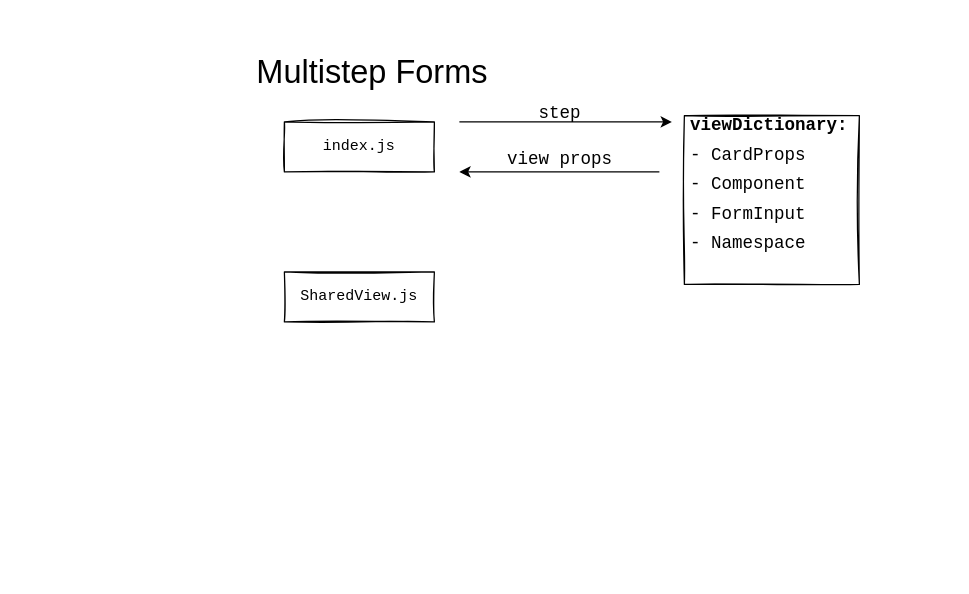
Above: Multistep Form.drawio in vanvemden/diagrams (draw.io), before the change. Source tidied: cells renumbered, new cells numbered last; positions are measured from the earlier drawing's top-left corner, leaving out a move shared by most shapes. Both pictures are drawn from the tidied source at 125%, with x=0, y=0 at pixel (246, 46).
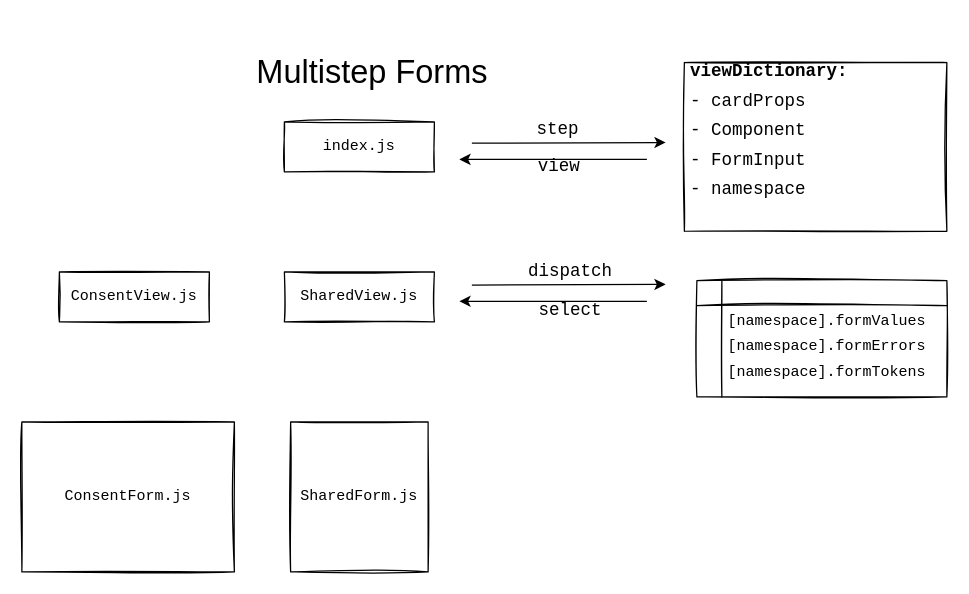
The same page after the edit.

Change to the diagram source:
```diff
@@
-    <mxCell id="5" value="&lt;pre style=&quot;line-height: 90%&quot;&gt;&lt;font style=&quot;font-size: 14px ; line-height: 70%&quot;&gt;&lt;b&gt;viewDictionary:&lt;br&gt;&lt;/b&gt;&lt;/font&gt;&lt;font style=&quot;font-size: 14px ; line-height: 70%&quot;&gt;- CardProps&lt;br&gt;&lt;/font&gt;&lt;font style=&quot;font-size: 14px ; line-height: 70%&quot;&gt;- Component&lt;br&gt;&lt;/font&gt;&lt;font style=&quot;font-size: 14px ; line-height: 70%&quot;&gt;- FormInput&lt;br&gt;&lt;/font&gt;&lt;font style=&quot;font-size: 14px ; line-height: 70%&quot;&gt;- Namespace&lt;/font&gt;&lt;/pre&gt;&lt;font style=&quot;font-size: 14px ; line-height: 70%&quot;&gt;&lt;br&gt;&lt;/font&gt;" style="html=1;sketch=1;fontSize=26;align=left;spacingLeft=3;" parent="1" vertex="1">
-      <mxGeometry x="350" y="55" width="140" height="135" as="geometry" />
+    <mxCell id="5" value="&lt;pre style=&quot;line-height: 90%&quot;&gt;&lt;font style=&quot;font-size: 14px ; line-height: 70%&quot;&gt;&lt;b&gt;viewDictionary:&lt;br&gt;&lt;/b&gt;&lt;/font&gt;&lt;font style=&quot;font-size: 14px ; line-height: 70%&quot;&gt;- cardProps&lt;br&gt;&lt;/font&gt;&lt;font style=&quot;font-size: 14px ; line-height: 70%&quot;&gt;- Component&lt;br&gt;&lt;/font&gt;&lt;font style=&quot;font-size: 14px ; line-height: 70%&quot;&gt;- FormInput&lt;br&gt;&lt;/font&gt;&lt;font style=&quot;font-size: 14px ; line-height: 70%&quot;&gt;- namespace&lt;/font&gt;&lt;/pre&gt;&lt;font style=&quot;font-size: 14px ; line-height: 70%&quot;&gt;&lt;br&gt;&lt;/font&gt;" style="html=1;sketch=1;fontSize=26;align=left;spacingLeft=3;" parent="1" vertex="1">
+      <mxGeometry x="350" y="12.5" width="210" height="135" as="geometry" />
     </mxCell>
     <mxCell id="6" style="endArrow=classic;html=1;fontSize=26;" parent="1" edge="1">
       <mxGeometry relative="1" as="geometry">
-        <mxPoint x="330" y="100" as="sourcePoint" />
-        <mxPoint x="170" y="100" as="targetPoint" />
+        <mxPoint x="320" y="90" as="sourcePoint" />
+        <mxPoint x="170" y="90" as="targetPoint" />
       </mxGeometry>
     </mxCell>
     <mxCell id="7" style="endArrow=classic;html=1;fontSize=26;" parent="1" edge="1">
       <mxGeometry relative="1" as="geometry">
-        <mxPoint x="170" y="60" as="sourcePoint" />
-        <mxPoint x="340" y="60" as="targetPoint" />
+        <mxPoint x="180" y="77" as="sourcePoint" />
+        <mxPoint x="335" y="76.5" as="targetPoint" />
       </mxGeometry>
     </mxCell>
+    <mxCell id="10" value="&lt;pre&gt;ConsentView.js&lt;/pre&gt;" style="whiteSpace=wrap;html=1;sketch=1;" parent="1" vertex="1">
+      <mxGeometry x="-150" y="180" width="120" height="40" as="geometry" />
+    </mxCell>
+    <mxCell id="11" value="&lt;pre&gt;ConsentForm.js&lt;/pre&gt;" style="whiteSpace=wrap;html=1;sketch=1;" parent="1" vertex="1">
+      <mxGeometry x="-180" y="300" width="170" height="120" as="geometry" />
+    </mxCell>
+    <mxCell id="12" value="&lt;pre&gt;SharedForm.js&lt;/pre&gt;" style="whiteSpace=wrap;html=1;sketch=1;" parent="1" vertex="1">
+      <mxGeometry x="35" y="300" width="110" height="120" as="geometry" />
+    </mxCell>
+    <mxCell id="13" style="endArrow=classic;html=1;fontSize=26;" parent="1" edge="1">
+      <mxGeometry relative="1" as="geometry">
+        <mxPoint x="320" y="203.5" as="sourcePoint" />
+        <mxPoint x="170" y="203.5" as="targetPoint" />
+      </mxGeometry>
+    </mxCell>
+    <mxCell id="14" style="endArrow=classic;html=1;fontSize=26;" parent="1" edge="1">
+      <mxGeometry relative="1" as="geometry">
+        <mxPoint x="180" y="190.5" as="sourcePoint" />
+        <mxPoint x="335" y="190" as="targetPoint" />
+      </mxGeometry>
+    </mxCell>
+    <mxCell id="15" value="&lt;pre style=&quot;color: rgb(0 , 0 , 0) ; font-size: 26px ; font-style: normal ; font-weight: normal ; letter-spacing: normal ; text-indent: 0px ; text-transform: none ; word-spacing: 0px ; text-decoration: none&quot;&gt;&lt;font style=&quot;font-size: 14px ; line-height: 100%&quot;&gt;view&lt;/font&gt;&lt;/pre&gt;" style="text;whiteSpace=wrap;html=1;verticalAlign=middle;align=center;" parent="1" vertex="1">
+      <mxGeometry x="180" y="83" width="140" height="20" as="geometry" />
+    </mxCell>
-    <mxCell id="8" value="&lt;pre&gt;&lt;font style=&quot;font-size: 14px&quot;&gt;step&lt;/font&gt;&lt;/pre&gt;" style="text;html=1;align=center;verticalAlign=middle;fontSize=26;" parent="1" vertex="1">
-      <mxGeometry x="225" y="5" width="50" height="90" as="geometry" />
+    <mxCell id="8" value="&lt;pre style=&quot;color: rgb(0, 0, 0); font-size: 26px; font-style: normal; font-weight: normal; letter-spacing: normal; text-indent: 0px; text-transform: none; word-spacing: 0px; text-decoration: none;&quot;&gt;&lt;font style=&quot;font-size: 14px ; line-height: 100%&quot;&gt;step&lt;/font&gt;&lt;/pre&gt;" style="text;whiteSpace=wrap;html=1;verticalAlign=middle;align=center;" parent="1" vertex="1">
+      <mxGeometry x="179" y="53" width="140" height="20" as="geometry" />
     </mxCell>
-    <mxCell id="9" value="&lt;pre&gt;&lt;font style=&quot;font-size: 14px&quot;&gt;view props&lt;/font&gt;&lt;/pre&gt;" style="text;html=1;align=center;verticalAlign=middle;fontSize=26;" parent="1" vertex="1">
-      <mxGeometry x="200" y="42" width="100" height="90" as="geometry" />
-    </mxCell>
+    <mxCell id="16" value="&lt;pre style=&quot;color: rgb(0 , 0 , 0) ; font-size: 26px ; font-style: normal ; font-weight: normal ; letter-spacing: normal ; text-indent: 0px ; text-transform: none ; word-spacing: 0px ; text-decoration: none&quot;&gt;&lt;font style=&quot;font-size: 14px ; line-height: 100%&quot;&gt;dispatch&lt;/font&gt;&lt;/pre&gt;" style="text;whiteSpace=wrap;html=1;verticalAlign=middle;align=center;" parent="1" vertex="1">
+      <mxGeometry x="189" y="167" width="140" height="20" as="geometry" />
+    </mxCell>
+    <mxCell id="17" value="&lt;pre style=&quot;color: rgb(0 , 0 , 0) ; font-size: 26px ; font-style: normal ; font-weight: normal ; letter-spacing: normal ; text-indent: 0px ; text-transform: none ; word-spacing: 0px ; text-decoration: none&quot;&gt;&lt;font style=&quot;font-size: 14px ; line-height: 100%&quot;&gt;select&lt;/font&gt;&lt;/pre&gt;" style="text;whiteSpace=wrap;html=1;verticalAlign=middle;align=center;" parent="1" vertex="1">
+      <mxGeometry x="189" y="198" width="140" height="20" as="geometry" />
+    </mxCell>
+    <mxCell id="18" value="&lt;p style=&quot;line-height: 107%&quot;&gt;&lt;/p&gt;&lt;pre&gt;[namespace].formValues&lt;/pre&gt;&lt;pre style=&quot;line-height: 17%&quot;&gt;[namespace].formErrors&lt;/pre&gt;&lt;pre&gt;[namespace].formTokens&lt;/pre&gt;&lt;p&gt;&lt;/p&gt;" style="shape=internalStorage;whiteSpace=wrap;html=1;backgroundOutline=1;sketch=1;align=left;spacingLeft=23;spacingTop=12;" parent="1" vertex="1">
+      <mxGeometry x="360" y="187" width="200" height="93" as="geometry" />
+    </mxCell>
```
